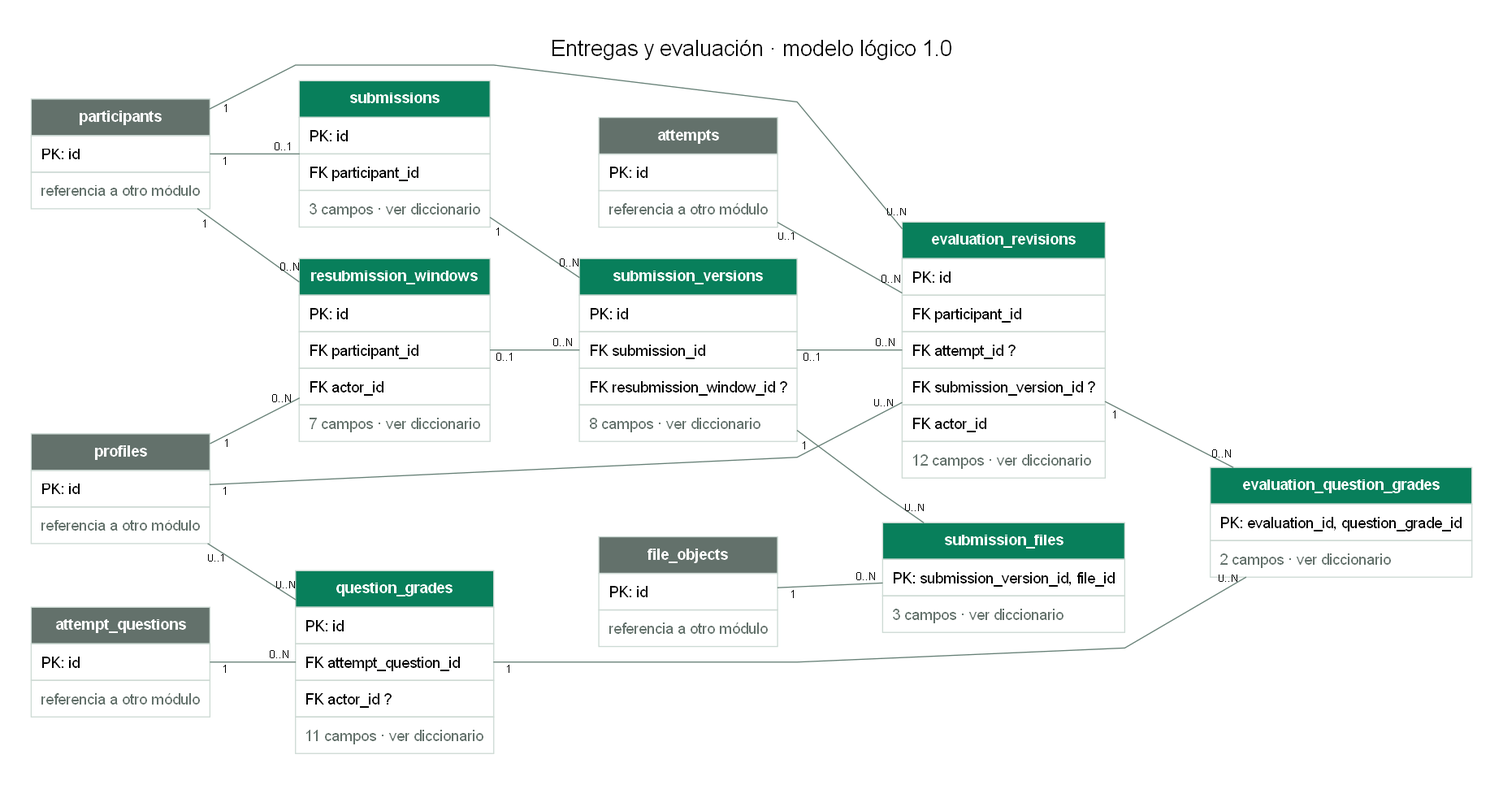
Earlier version of the Graphviz export docs/modelado/diagramas/05-evaluacion.png (CubeFreaKLab/aulify). Its source is kept beside it as docs/modelado/diagramas/05-evaluacion.dot.
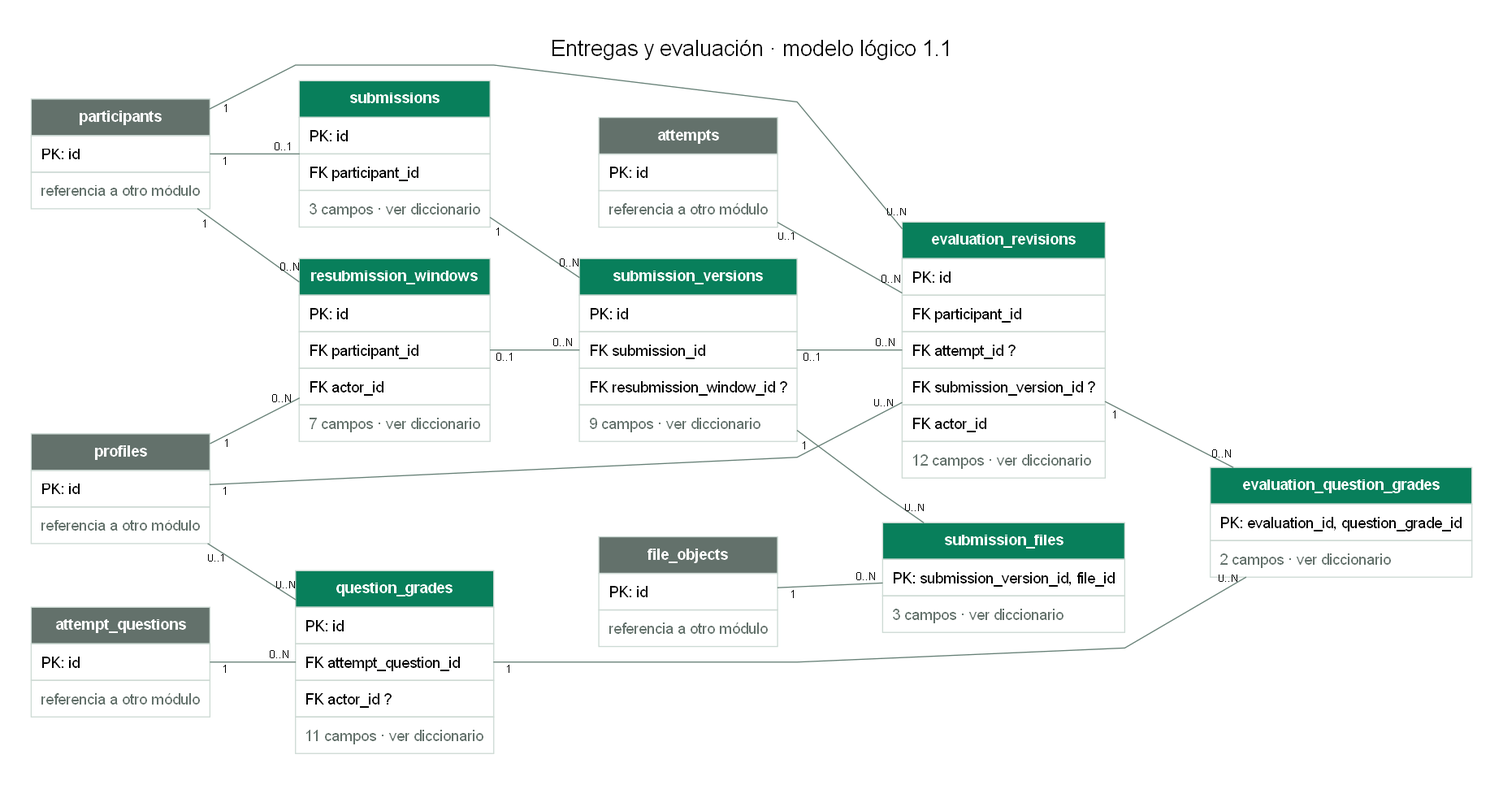
Later version of the same file.

Diff of the diagram source:
```diff
@@ -1,5 +1,5 @@
 digraph modelo {
-graph [rankdir=LR, bgcolor="#ffffff", pad=0.4, nodesep=0.4, ranksep=1.1, splines=polyline, fontname="Arial", fontsize=20, labelloc=t, label="Entregas y evaluación · modelo lógico 1.0"];
+graph [rankdir=LR, bgcolor="#ffffff", pad=0.4, nodesep=0.4, ranksep=1.1, splines=polyline, fontname="Arial", fontsize=20, labelloc=t, label="Entregas y evaluación · modelo lógico 1.1"];
 node [shape=plain, fontname="Arial"];
 edge [fontname="Arial", fontsize=10, color="#668076", arrowsize=0.6];
 "attempt_questions" [label=<<TABLE BORDER="0" CELLBORDER="1" CELLSPACING="0" CELLPADDING="8" COLOR="#CDDAD4"><TR><TD BGCOLOR="#63716B"><FONT COLOR="white"><B>attempt_questions</B></FONT></TD></TR><TR><TD ALIGN="LEFT">PK: id</TD></TR><TR><TD><FONT COLOR="#63716B">referencia a otro módulo</FONT></TD></TR></TABLE>>];
@@ -12,7 +12,7 @@
 "question_grades" [label=<<TABLE BORDER="0" CELLBORDER="1" CELLSPACING="0" CELLPADDING="8" COLOR="#CDDAD4"><TR><TD BGCOLOR="#087F5B"><FONT COLOR="white"><B>question_grades</B></FONT></TD></TR><TR><TD ALIGN="LEFT">PK: id</TD></TR><TR><TD ALIGN="LEFT">FK attempt_question_id</TD></TR><TR><TD ALIGN="LEFT">FK actor_id ?</TD></TR><TR><TD ALIGN="LEFT"><FONT COLOR="#63716B">11 campos · ver diccionario</FONT></TD></TR></TABLE>>];
 "resubmission_windows" [label=<<TABLE BORDER="0" CELLBORDER="1" CELLSPACING="0" CELLPADDING="8" COLOR="#CDDAD4"><TR><TD BGCOLOR="#087F5B"><FONT COLOR="white"><B>resubmission_windows</B></FONT></TD></TR><TR><TD ALIGN="LEFT">PK: id</TD></TR><TR><TD ALIGN="LEFT">FK participant_id</TD></TR><TR><TD ALIGN="LEFT">FK actor_id</TD></TR><TR><TD ALIGN="LEFT"><FONT COLOR="#63716B">7 campos · ver diccionario</FONT></TD></TR></TABLE>>];
 "submission_files" [label=<<TABLE BORDER="0" CELLBORDER="1" CELLSPACING="0" CELLPADDING="8" COLOR="#CDDAD4"><TR><TD BGCOLOR="#087F5B"><FONT COLOR="white"><B>submission_files</B></FONT></TD></TR><TR><TD ALIGN="LEFT">PK: submission_version_id, file_id</TD></TR><TR><TD ALIGN="LEFT"><FONT COLOR="#63716B">3 campos · ver diccionario</FONT></TD></TR></TABLE>>];
-"submission_versions" [label=<<TABLE BORDER="0" CELLBORDER="1" CELLSPACING="0" CELLPADDING="8" COLOR="#CDDAD4"><TR><TD BGCOLOR="#087F5B"><FONT COLOR="white"><B>submission_versions</B></FONT></TD></TR><TR><TD ALIGN="LEFT">PK: id</TD></TR><TR><TD ALIGN="LEFT">FK submission_id</TD></TR><TR><TD ALIGN="LEFT">FK resubmission_window_id ?</TD></TR><TR><TD ALIGN="LEFT"><FONT COLOR="#63716B">8 campos · ver diccionario</FONT></TD></TR></TABLE>>];
+"submission_versions" [label=<<TABLE BORDER="0" CELLBORDER="1" CELLSPACING="0" CELLPADDING="8" COLOR="#CDDAD4"><TR><TD BGCOLOR="#087F5B"><FONT COLOR="white"><B>submission_versions</B></FONT></TD></TR><TR><TD ALIGN="LEFT">PK: id</TD></TR><TR><TD ALIGN="LEFT">FK submission_id</TD></TR><TR><TD ALIGN="LEFT">FK resubmission_window_id ?</TD></TR><TR><TD ALIGN="LEFT"><FONT COLOR="#63716B">9 campos · ver diccionario</FONT></TD></TR></TABLE>>];
 "submissions" [label=<<TABLE BORDER="0" CELLBORDER="1" CELLSPACING="0" CELLPADDING="8" COLOR="#CDDAD4"><TR><TD BGCOLOR="#087F5B"><FONT COLOR="white"><B>submissions</B></FONT></TD></TR><TR><TD ALIGN="LEFT">PK: id</TD></TR><TR><TD ALIGN="LEFT">FK participant_id</TD></TR><TR><TD ALIGN="LEFT"><FONT COLOR="#63716B">3 campos · ver diccionario</FONT></TD></TR></TABLE>>];
 "attempt_questions" -> "question_grades" [dir=none, taillabel="1", headlabel="0..N", labeldistance=1.6];
 "profiles" -> "question_grades" [dir=none, taillabel="0..1", headlabel="0..N", labeldistance=1.6];
```
